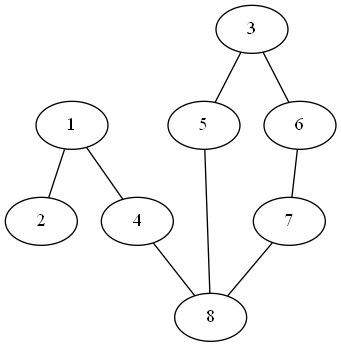
Earlier version of the Graphviz export dz4/graph2.png (Whatislove00/Dz2). Its source is kept beside it as dz4/graph2.dot.
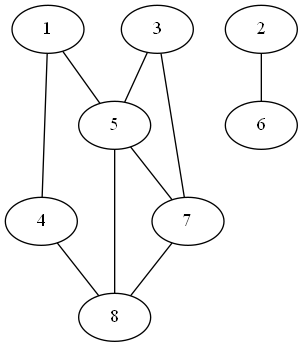
Later version of the same file.

Diff of the diagram source:
```diff
@@ -7,12 +7,13 @@
 6;
 7;
 8;
-1 -- 2;
 1 -- 4;
+1 -- 5;
+2 -- 6;
 3 -- 5;
-3 -- 6;
+3 -- 7;
 4 -- 8;
+5 -- 7;
 5 -- 8;
-6 -- 7;
 7 -- 8;
 }
```
